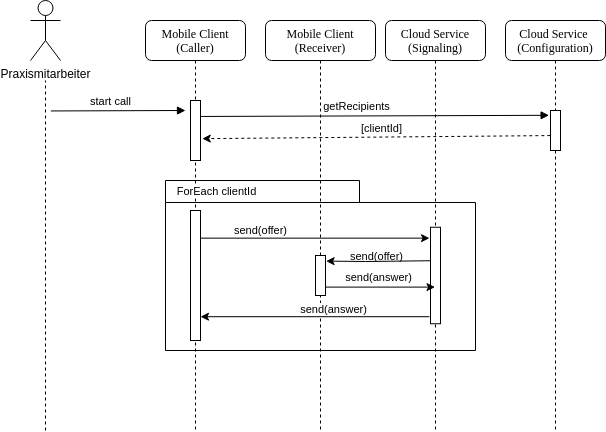
Earlier version of the draw.io export src/graphics/diagramms/Sequence_Intercom_Broking_V02.png (jsvilling/IP6_Bachelorarbeit_Bericht_Cloudbasiertes_Praxisrufsystem). Source tidied: cells renumbered, new cells last; positions are measured from the earlier drawing's top-left corner, leaving out a move shared by most shapes.
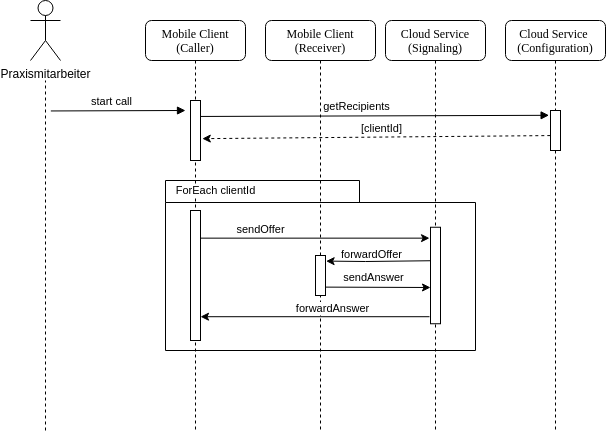
The same diagram one commit later.

Change to the diagram source:
```diff
@@ -2,6 +2,17 @@
   <root>
     <mxCell id="0" />
     <mxCell id="1" parent="0" />
+    <mxCell id="22" style="endArrow=classic;html=1;exitX=1.02;exitY=0.79;exitDx=0;exitDy=0;exitPerimeter=0;" parent="1" edge="1">
+      <mxGeometry relative="1" as="geometry">
+        <mxPoint x="290.2" y="286.6" as="sourcePoint" />
+        <mxPoint x="400" y="287" as="targetPoint" />
+      </mxGeometry>
+    </mxCell>
+    <mxCell id="23" value="sendAnswer" style="edgeLabel;html=1;align=center;verticalAlign=middle;" parent="22" vertex="1">
+      <mxGeometry x="-0.11" y="1" relative="1" as="geometry">
+        <mxPoint x="4" y="-9" as="offset" />
+      </mxGeometry>
+    </mxCell>
     <mxCell id="2" value="Mobile Client&lt;br&gt;(Caller)" style="shape=umlLifeline;perimeter=lifelinePerimeter;whiteSpace=wrap;html=1;rounded=1;shadow=0;comic=0;labelBackgroundColor=none;strokeWidth=1;fontFamily=Verdana;fontSize=12;align=center;" parent="1" vertex="1">
       <mxGeometry x="115" y="20" width="100" height="410" as="geometry" />
     </mxCell>
@@ -23,8 +34,10 @@
     <mxCell id="8" style="html=1;points=[];perimeter=orthogonalPerimeter;rounded=0;shadow=0;comic=0;labelBackgroundColor=none;strokeWidth=1;fontFamily=Verdana;fontSize=12;align=center;" parent="7" vertex="1">
       <mxGeometry x="45" y="206.8" width="10" height="96.5" as="geometry" />
     </mxCell>
-    <mxCell id="9" value="send(offer)" style="edgeLabel;html=1;align=center;verticalAlign=middle;" parent="7" vertex="1">
-      <mxGeometry x="-10" y="235" as="geometry" />
+    <mxCell id="9" value="forwardOffer" style="edgeLabel;html=1;align=center;verticalAlign=middle;" parent="7" vertex="1">
+      <mxGeometry x="-10" y="235" as="geometry">
+        <mxPoint x="-4" y="-1" as="offset" />
+      </mxGeometry>
     </mxCell>
     <mxCell id="10" value="Cloud Service &lt;br&gt;(Configuration)" style="shape=umlLifeline;perimeter=lifelinePerimeter;whiteSpace=wrap;html=1;rounded=1;shadow=0;comic=0;labelBackgroundColor=none;strokeWidth=1;fontFamily=Verdana;fontSize=12;align=center;" parent="1" vertex="1">
       <mxGeometry x="475" y="20" width="100" height="410" as="geometry" />
@@ -74,24 +87,18 @@
         </Array>
       </mxGeometry>
     </mxCell>
-    <mxCell id="22" style="endArrow=classic;html=1;exitX=1.02;exitY=0.79;exitDx=0;exitDy=0;exitPerimeter=0;" parent="1" edge="1" source="19" target="7">
-      <mxGeometry relative="1" as="geometry" />
-    </mxCell>
-    <mxCell id="23" value="send(answer)" style="edgeLabel;html=1;align=center;verticalAlign=middle;" parent="22" vertex="1">
-      <mxGeometry x="-0.11" y="1" relative="1" as="geometry">
-        <mxPoint x="4" y="-9" as="offset" />
-      </mxGeometry>
-    </mxCell>
     <mxCell id="24" style="endArrow=classic;html=1;exitX=-0.1;exitY=0.927;exitDx=0;exitDy=0;exitPerimeter=0;" parent="1" edge="1" source="8" target="5">
       <mxGeometry relative="1" as="geometry" />
     </mxCell>
-    <mxCell id="25" value="send(answer)" style="edgeLabel;html=1;align=center;verticalAlign=middle;" parent="24" vertex="1">
+    <mxCell id="25" value="forwardAnswer" style="edgeLabel;html=1;align=center;verticalAlign=middle;" parent="24" vertex="1">
       <mxGeometry x="-0.11" y="1" relative="1" as="geometry">
         <mxPoint x="4" y="-9" as="offset" />
       </mxGeometry>
     </mxCell>
-    <mxCell id="26" value="send(offer)" style="edgeLabel;html=1;align=center;verticalAlign=middle;" parent="1" vertex="1">
-      <mxGeometry x="229" y="229" as="geometry" />
+    <mxCell id="26" value="sendOffer" style="edgeLabel;html=1;align=center;verticalAlign=middle;" parent="1" vertex="1">
+      <mxGeometry x="231" y="227" as="geometry">
+        <mxPoint x="-1" y="2" as="offset" />
+      </mxGeometry>
     </mxCell>
   </root>
 </mxGraphModel>
```
